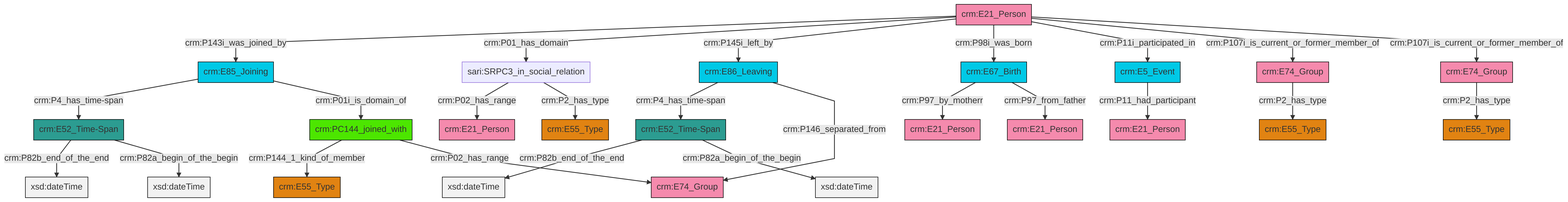
swiss-art-research-net/reference-data-models keeps this Mermaid diagram as et/personCSV/ttl/mmd/png/Person_Actor_Relations.png. Above is the earlier version. Its source is kept beside it as et/personCSV/ttl/mmd/Person_Actor_Relations.ttl.mmd.
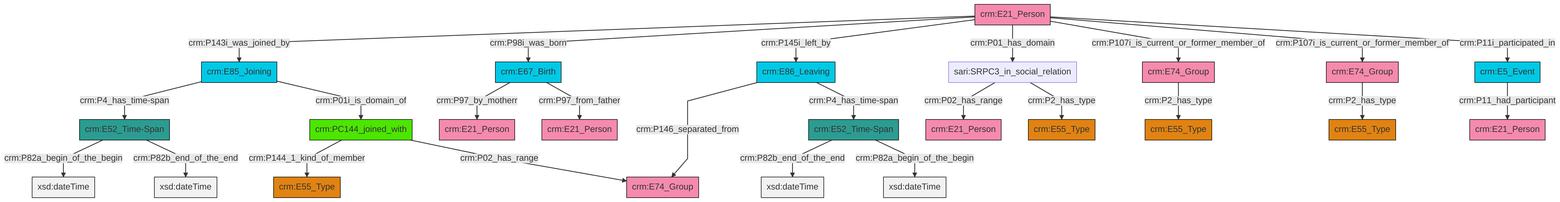
Above is the later version.

What changed in the source:
```diff
@@ -13,27 +13,27 @@
 classDef PC_Classes fill:#4ce600, stroke:#000000;
 classDef Multi fill:#cccccc,stroke:#000000;
 
-0["crm:E21_Person"]:::Actor -->|crm:P143i_was_joined_by| 1["crm:E85_Joining"]:::Temporal_Entity
-4["sari:SRPC3_in_social_relation"]:::Default -->|crm:P02_has_range| 5["crm:E21_Person"]:::Actor
-9["crm:PC144_joined_with"]:::PC_Classes -->|crm:P144_1_kind_of_member| 10["crm:E55_Type"]:::Type
-0["crm:E21_Person"]:::Actor -->|crm:P01_has_domain| 4["sari:SRPC3_in_social_relation"]:::Default
-0["crm:E21_Person"]:::Actor -->|crm:P145i_left_by| 13["crm:E86_Leaving"]:::Temporal_Entity
-13["crm:E86_Leaving"]:::Temporal_Entity -->|crm:P4_has_time-span| 14["crm:E52_Time-Span"]:::Time-Span
-0["crm:E21_Person"]:::Actor -->|crm:P98i_was_born| 15["crm:E67_Birth"]:::Temporal_Entity
-1["crm:E85_Joining"]:::Temporal_Entity -->|crm:P4_has_time-span| 16["crm:E52_Time-Span"]:::Time-Span
-0["crm:E21_Person"]:::Actor -->|crm:P11i_participated_in| 2["crm:E5_Event"]:::Temporal_Entity
-15["crm:E67_Birth"]:::Temporal_Entity -->|crm:P97_by_motherr| 7["crm:E21_Person"]:::Actor
-9["crm:PC144_joined_with"]:::PC_Classes -->|crm:P02_has_range| 17["crm:E74_Group"]:::Actor
-13["crm:E86_Leaving"]:::Temporal_Entity -->|crm:P146_separated_from| 17["crm:E74_Group"]:::Actor
-0["crm:E21_Person"]:::Actor -->|crm:P107i_is_current_or_former_member_of| 21["crm:E74_Group"]:::Actor
-2["crm:E5_Event"]:::Temporal_Entity -->|crm:P11_had_participant| 22["crm:E21_Person"]:::Actor
-14["crm:E52_Time-Span"]:::Time-Span -->|crm:P82b_end_of_the_end| 25[xsd:dateTime]:::Literal
-28["crm:E74_Group"]:::Actor -->|crm:P2_has_type| 18["crm:E55_Type"]:::Type
-15["crm:E67_Birth"]:::Temporal_Entity -->|crm:P97_from_father| 26["crm:E21_Person"]:::Actor
-14["crm:E52_Time-Span"]:::Time-Span -->|crm:P82a_begin_of_the_begin| 29[xsd:dateTime]:::Literal
-1["crm:E85_Joining"]:::Temporal_Entity -->|crm:P01i_is_domain_of| 9["crm:PC144_joined_with"]:::PC_Classes
-16["crm:E52_Time-Span"]:::Time-Span -->|crm:P82b_end_of_the_end| 35[xsd:dateTime]:::Literal
-4["sari:SRPC3_in_social_relation"]:::Default -->|crm:P2_has_type| 36["crm:E55_Type"]:::Type
-21["crm:E74_Group"]:::Actor -->|crm:P2_has_type| 31["crm:E55_Type"]:::Type
-16["crm:E52_Time-Span"]:::Time-Span -->|crm:P82a_begin_of_the_begin| 44[xsd:dateTime]:::Literal
-0["crm:E21_Person"]:::Actor -->|crm:P107i_is_current_or_former_member_of| 28["crm:E74_Group"]:::Actor
+0["crm:E86_Leaving"]:::Temporal_Entity -->|crm:P146_separated_from| 1["crm:E74_Group"]:::Actor
+2["crm:E74_Group"]:::Actor -->|crm:P2_has_type| 3["crm:E55_Type"]:::Type
+11["crm:E21_Person"]:::Actor -->|crm:P143i_was_joined_by| 12["crm:E85_Joining"]:::Temporal_Entity
+12["crm:E85_Joining"]:::Temporal_Entity -->|crm:P4_has_time-span| 13["crm:E52_Time-Span"]:::Time-Span
+0["crm:E86_Leaving"]:::Temporal_Entity -->|crm:P4_has_time-span| 14["crm:E52_Time-Span"]:::Time-Span
+15["crm:E67_Birth"]:::Temporal_Entity -->|crm:P97_by_motherr| 16["crm:E21_Person"]:::Actor
+11["crm:E21_Person"]:::Actor -->|crm:P98i_was_born| 15["crm:E67_Birth"]:::Temporal_Entity
+11["crm:E21_Person"]:::Actor -->|crm:P145i_left_by| 0["crm:E86_Leaving"]:::Temporal_Entity
+19["crm:PC144_joined_with"]:::PC_Classes -->|crm:P144_1_kind_of_member| 20["crm:E55_Type"]:::Type
+13["crm:E52_Time-Span"]:::Time-Span -->|crm:P82a_begin_of_the_begin| 23[xsd:dateTime]:::Literal
+11["crm:E21_Person"]:::Actor -->|crm:P01_has_domain| 26["sari:SRPC3_in_social_relation"]:::Default
+11["crm:E21_Person"]:::Actor -->|crm:P107i_is_current_or_former_member_of| 2["crm:E74_Group"]:::Actor
+12["crm:E85_Joining"]:::Temporal_Entity -->|crm:P01i_is_domain_of| 19["crm:PC144_joined_with"]:::PC_Classes
+5["crm:E5_Event"]:::Temporal_Entity -->|crm:P11_had_participant| 9["crm:E21_Person"]:::Actor
+19["crm:PC144_joined_with"]:::PC_Classes -->|crm:P02_has_range| 1["crm:E74_Group"]:::Actor
+14["crm:E52_Time-Span"]:::Time-Span -->|crm:P82b_end_of_the_end| 34[xsd:dateTime]:::Literal
+15["crm:E67_Birth"]:::Temporal_Entity -->|crm:P97_from_father| 35["crm:E21_Person"]:::Actor
+26["sari:SRPC3_in_social_relation"]:::Default -->|crm:P02_has_range| 37["crm:E21_Person"]:::Actor
+27["crm:E74_Group"]:::Actor -->|crm:P2_has_type| 7["crm:E55_Type"]:::Type
+26["sari:SRPC3_in_social_relation"]:::Default -->|crm:P2_has_type| 39["crm:E55_Type"]:::Type
+14["crm:E52_Time-Span"]:::Time-Span -->|crm:P82a_begin_of_the_begin| 41[xsd:dateTime]:::Literal
+11["crm:E21_Person"]:::Actor -->|crm:P107i_is_current_or_former_member_of| 27["crm:E74_Group"]:::Actor
+13["crm:E52_Time-Span"]:::Time-Span -->|crm:P82b_end_of_the_end| 45[xsd:dateTime]:::Literal
+11["crm:E21_Person"]:::Actor -->|crm:P11i_participated_in| 5["crm:E5_Event"]:::Temporal_Entity
```
